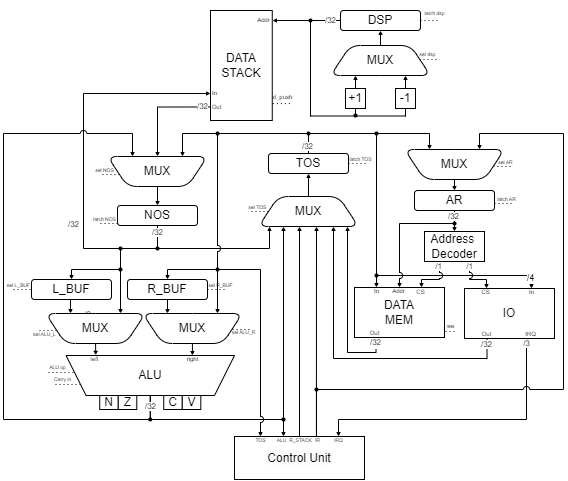
This is docs/scheme/data_path.png from lysmux/csa-ak-4, a draw.io export, as it was before one commit. Source tidied: cells renumbered, new cells last; positions are measured from the earlier drawing's top-left corner, leaving out a move shared by most shapes.
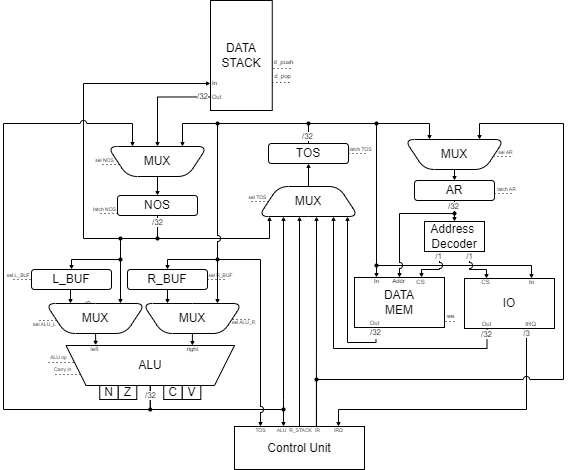
Later version of the same file.

Commit message:
Мелкие схемы и прерываний

The edit, as a diff of the source:
```diff
@@ -2,52 +2,6 @@
   <root>
     <mxCell id="0" />
     <mxCell id="1" parent="0" />
-    <mxCell id="2" value="DSP" style="rounded=1;whiteSpace=wrap;html=1;" parent="1" vertex="1">
-      <mxGeometry x="337" y="11" width="80" height="20" as="geometry" />
-    </mxCell>
-    <mxCell id="3" style="endArrow=none;html=1;rounded=0;exitX=1.004;exitY=0.091;exitDx=0;exitDy=0;exitPerimeter=0;entryX=0;entryY=0.5;entryDx=0;entryDy=0;startArrow=classic;startFill=1;endSize=5;startSize=2;" parent="1" edge="1" source="38" target="2">
-      <mxGeometry relative="1" as="geometry" />
-    </mxCell>
-    <mxCell id="4" value="MUX" style="shape=trapezoid;perimeter=trapezoidPerimeter;whiteSpace=wrap;html=1;fixedSize=1;direction=east;rounded=1;" parent="1" vertex="1">
-      <mxGeometry x="327" y="46" width="100" height="30" as="geometry" />
-    </mxCell>
-    <mxCell id="5" style="endArrow=classic;html=1;rounded=0;entryX=0.5;entryY=1;entryDx=0;entryDy=0;exitX=0.5;exitY=0;exitDx=0;exitDy=0;endFill=1;startSize=2;endSize=2;" parent="1" edge="1" source="4" target="2">
-      <mxGeometry relative="1" as="geometry" />
-    </mxCell>
-    <mxCell id="6" style="endArrow=classic;html=1;rounded=0;entryX=0.25;entryY=1;entryDx=0;entryDy=0;exitX=0.5;exitY=0;exitDx=0;exitDy=0;endFill=1;endSize=2;" parent="1" edge="1" source="7" target="4">
-      <mxGeometry relative="1" as="geometry" />
-    </mxCell>
-    <mxCell id="7" value="+1" style="rounded=0;whiteSpace=wrap;html=1;" parent="1" vertex="1">
-      <mxGeometry x="342" y="89" width="20" height="20" as="geometry" />
-    </mxCell>
-    <mxCell id="8" value="-1" style="rounded=0;whiteSpace=wrap;html=1;" parent="1" vertex="1">
-      <mxGeometry x="392" y="89" width="20" height="20" as="geometry" />
-    </mxCell>
-    <mxCell id="9" style="endArrow=classic;html=1;rounded=0;entryX=0.75;entryY=1;entryDx=0;entryDy=0;exitX=0.5;exitY=0;exitDx=0;exitDy=0;endFill=1;endSize=2;" parent="1" edge="1" source="8" target="4">
-      <mxGeometry relative="1" as="geometry" />
-    </mxCell>
-    <mxCell id="10" style="endArrow=none;html=1;rounded=0;" parent="1" edge="1">
-      <mxGeometry relative="1" as="geometry">
-        <mxPoint x="307" y="21" as="sourcePoint" />
-        <mxPoint x="307" y="117" as="targetPoint" />
-      </mxGeometry>
-    </mxCell>
-    <mxCell id="11" style="endArrow=none;html=1;rounded=0;entryX=0.5;entryY=1;entryDx=0;entryDy=0;" parent="1" edge="1" target="7">
-      <mxGeometry relative="1" as="geometry">
-        <mxPoint x="352" y="117" as="sourcePoint" />
-      </mxGeometry>
-    </mxCell>
-    <mxCell id="12" style="endArrow=none;html=1;rounded=0;entryX=0.5;entryY=1;entryDx=0;entryDy=0;" parent="1" edge="1" target="8">
-      <mxGeometry relative="1" as="geometry">
-        <mxPoint x="402" y="117" as="sourcePoint" />
-      </mxGeometry>
-    </mxCell>
-    <mxCell id="13" style="endArrow=none;html=1;rounded=0;" parent="1" edge="1">
-      <mxGeometry relative="1" as="geometry">
-        <mxPoint x="307" y="116.5" as="sourcePoint" />
-        <mxPoint x="402" y="116.5" as="targetPoint" />
-      </mxGeometry>
-    </mxCell>
     <mxCell id="14" style="edgeStyle=orthogonalEdgeStyle;rounded=0;jettySize=auto;html=1;entryX=0.75;entryY=1;entryDx=0;entryDy=0;exitX=0.5;exitY=0;exitDx=0;exitDy=0;endSize=2;" parent="1" edge="1" source="19" target="29">
       <mxGeometry relative="1" as="geometry">
         <Array as="points">
@@ -77,9 +31,6 @@
         </Array>
       </mxGeometry>
     </mxCell>
-    <mxCell id="17" value="/4" style="edgeLabel;html=1;align=center;verticalAlign=middle;fontSize=9;" parent="16" vertex="1">
-      <mxGeometry x="0.95" y="-1" relative="1" as="geometry" />
-    </mxCell>
     <mxCell id="18" style="edgeStyle=orthogonalEdgeStyle;rounded=0;jettySize=auto;html=1;exitX=0.5;exitY=0;exitDx=0;exitDy=0;entryX=0;entryY=0.75;entryDx=0;entryDy=0;endSize=2;" parent="1" edge="1" source="19">
       <mxGeometry relative="1" as="geometry">
         <mxPoint x="373.5" y="288" as="targetPoint" />
@@ -121,11 +72,6 @@
         </Array>
       </mxGeometry>
     </mxCell>
-    <mxCell id="23" value="/32" style="edgeLabel;html=1;align=center;verticalAlign=middle;fontSize=8;" parent="22" vertex="1">
-      <mxGeometry x="0.24" relative="1" as="geometry">
-        <mxPoint x="-42" y="-45" as="offset" />
-      </mxGeometry>
-    </mxCell>
     <mxCell id="24" value="/32" style="edgeLabel;html=1;align=center;verticalAlign=middle;fontSize=8;" parent="22" vertex="1">
       <mxGeometry x="-0.92" y="-1" relative="1" as="geometry">
         <mxPoint x="1" y="1" as="offset" />
@@ -209,8 +155,8 @@
     </mxCell>
     <mxCell id="39" style="endArrow=none;dashed=1;html=1;dashPattern=1 3;strokeWidth=1;rounded=0;exitX=1;exitY=0.5;exitDx=0;exitDy=0;" parent="1" edge="1">
       <mxGeometry relative="1" as="geometry">
-        <mxPoint x="269.4" y="104.1" as="sourcePoint" />
-        <mxPoint x="287" y="104.1" as="targetPoint" />
+        <mxPoint x="270" y="79" as="sourcePoint" />
+        <mxPoint x="287.6" y="79" as="targetPoint" />
       </mxGeometry>
     </mxCell>
     <mxCell id="40" value="&lt;span style=&quot;font-size: 6px;&quot;&gt;d_push&lt;/span&gt;" style="edgeLabel;html=1;align=center;verticalAlign=bottom;labelPosition=center;verticalLabelPosition=top;labelBackgroundColor=none;" parent="39" vertex="1">
@@ -278,17 +224,6 @@
         <mxPoint x="-1" y="2" as="offset" />
       </mxGeometry>
     </mxCell>
-    <mxCell id="54" style="endArrow=none;dashed=1;html=1;dashPattern=1 3;strokeWidth=1;rounded=0;exitX=1;exitY=0.5;exitDx=0;exitDy=0;" parent="1" edge="1">
-      <mxGeometry relative="1" as="geometry">
-        <mxPoint x="417" y="21" as="sourcePoint" />
-        <mxPoint x="434.6" y="21" as="targetPoint" />
-      </mxGeometry>
-    </mxCell>
-    <mxCell id="55" value="&lt;span style=&quot;font-size: 5px;&quot;&gt;latch dsp&lt;/span&gt;" style="edgeLabel;html=1;align=center;verticalAlign=bottom;labelPosition=center;verticalLabelPosition=top;labelBackgroundColor=none;" parent="54" vertex="1">
-      <mxGeometry relative="1" as="geometry">
-        <mxPoint x="5" as="offset" />
-      </mxGeometry>
-    </mxCell>
     <mxCell id="56" style="shape=waypoint;sketch=0;fillStyle=solid;size=6;fillColor=none;perimeter=centerPerimeter;strokeWidth=0;" parent="1" vertex="1">
       <mxGeometry x="363" y="124" width="20" height="20" as="geometry" />
     </mxCell>
@@ -374,17 +309,6 @@
         <mxPoint x="-3" y="3" as="offset" />
       </mxGeometry>
     </mxCell>
-    <mxCell id="76" style="endArrow=none;dashed=1;html=1;dashPattern=1 3;strokeWidth=1;rounded=0;exitX=1;exitY=0.5;exitDx=0;exitDy=0;" parent="1" edge="1">
-      <mxGeometry relative="1" as="geometry">
-        <mxPoint x="416" y="60" as="sourcePoint" />
-        <mxPoint x="433.6" y="60" as="targetPoint" />
-      </mxGeometry>
-    </mxCell>
-    <mxCell id="77" value="&lt;span style=&quot;font-size: 5px;&quot;&gt;sel dsp&lt;/span&gt;" style="edgeLabel;html=1;align=center;verticalAlign=bottom;labelPosition=center;verticalLabelPosition=top;labelBackgroundColor=none;" parent="76" vertex="1">
-      <mxGeometry relative="1" as="geometry">
-        <mxPoint x="-1" y="2" as="offset" />
-      </mxGeometry>
-    </mxCell>
     <mxCell id="78" value="&lt;font style=&quot;font-size: 6px;&quot;&gt;IRQ&lt;/font&gt;" style="edgeLabel;html=1;align=center;verticalAlign=bottom;labelPosition=center;verticalLabelPosition=top;labelBackgroundColor=none;spacing=0;" parent="1" vertex="1">
       <mxGeometry x="526" y="340" as="geometry">
         <mxPoint x="1" as="offset" />
@@ -404,9 +328,6 @@
         <mxPoint x="3" y="3" as="offset" />
       </mxGeometry>
     </mxCell>
-    <mxCell id="82" value="&lt;font style=&quot;font-size: 6px;&quot;&gt;Addr&lt;/font&gt;" style="edgeLabel;html=1;align=center;verticalAlign=bottom;labelPosition=center;verticalLabelPosition=top;labelBackgroundColor=none;spacing=0;" parent="1" vertex="1">
-      <mxGeometry x="260" y="26" as="geometry" />
-    </mxCell>
     <mxCell id="83" value="&lt;font style=&quot;font-size: 6px;&quot;&gt;Out&lt;/font&gt;" style="edgeLabel;html=1;align=center;verticalAlign=bottom;labelPosition=center;verticalLabelPosition=top;labelBackgroundColor=none;spacing=0;" parent="1" vertex="1">
       <mxGeometry x="213" y="113" as="geometry" />
     </mxCell>
@@ -429,11 +350,6 @@
     <mxCell id="88" value="NOS" style="rounded=1;whiteSpace=wrap;html=1;" parent="1" vertex="1">
       <mxGeometry x="114" y="206" width="80" height="20" as="geometry" />
     </mxCell>
-    <mxCell id="89" value="/32" style="edgeLabel;html=1;align=center;verticalAlign=middle;fontSize=8;" parent="1" vertex="1">
-      <mxGeometry x="321" as="geometry">
-        <mxPoint x="6" y="21" as="offset" />
-      </mxGeometry>
-    </mxCell>
     <mxCell id="90" value="/32" style="edgeLabel;html=1;align=center;verticalAlign=middle;fontSize=8;" parent="1" vertex="1">
       <mxGeometry x="444" y="196" as="geometry">
         <mxPoint x="6" y="21" as="offset" />
@@ -475,9 +391,6 @@
         </Array>
       </mxGeometry>
     </mxCell>
-    <mxCell id="97" style="shape=waypoint;sketch=0;fillStyle=solid;size=6;fillColor=none;perimeter=centerPerimeter;strokeWidth=0;" parent="1" vertex="1">
-      <mxGeometry x="297" y="11" width="20" height="20" as="geometry" />
-    </mxCell>
     <mxCell id="98" style="edgeStyle=orthogonalEdgeStyle;rounded=0;jettySize=auto;html=1;exitX=0.75;exitY=1;exitDx=0;exitDy=0;entryX=0.75;entryY=1;entryDx=0;entryDy=0;strokeWidth=1;endSize=2;" parent="1" edge="1" source="99" target="103">
       <mxGeometry relative="1" as="geometry" />
     </mxCell>
@@ -685,11 +598,19 @@
         <mxPoint x="4" y="3" as="offset" />
       </mxGeometry>
     </mxCell>
-    <mxCell id="143" style="shape=waypoint;sketch=0;fillStyle=solid;size=6;fillColor=none;perimeter=centerPerimeter;strokeWidth=0;" parent="1" vertex="1">
-      <mxGeometry x="342" y="106" width="20" height="20" as="geometry" />
-    </mxCell>
     <mxCell id="144" style="shape=waypoint;sketch=0;fillStyle=solid;size=6;fillColor=none;perimeter=centerPerimeter;strokeWidth=0;" parent="1" vertex="1">
       <mxGeometry x="136.8" y="410" width="20" height="20" as="geometry" />
     </mxCell>
+    <mxCell id="145" style="endArrow=none;dashed=1;html=1;dashPattern=1 3;strokeWidth=1;rounded=0;exitX=1;exitY=0.5;exitDx=0;exitDy=0;" parent="1" edge="1">
+      <mxGeometry relative="1" as="geometry">
+        <mxPoint x="268.8" y="93" as="sourcePoint" />
+        <mxPoint x="286.4" y="93" as="targetPoint" />
+      </mxGeometry>
+    </mxCell>
+    <mxCell id="146" value="&lt;span style=&quot;font-size: 6px;&quot;&gt;d_pop&lt;/span&gt;" style="edgeLabel;html=1;align=center;verticalAlign=bottom;labelPosition=center;verticalLabelPosition=top;labelBackgroundColor=none;" parent="145" vertex="1">
+      <mxGeometry relative="1" as="geometry">
+        <mxPoint x="1" y="1" as="offset" />
+      </mxGeometry>
+    </mxCell>
   </root>
 </mxGraphModel>
```
